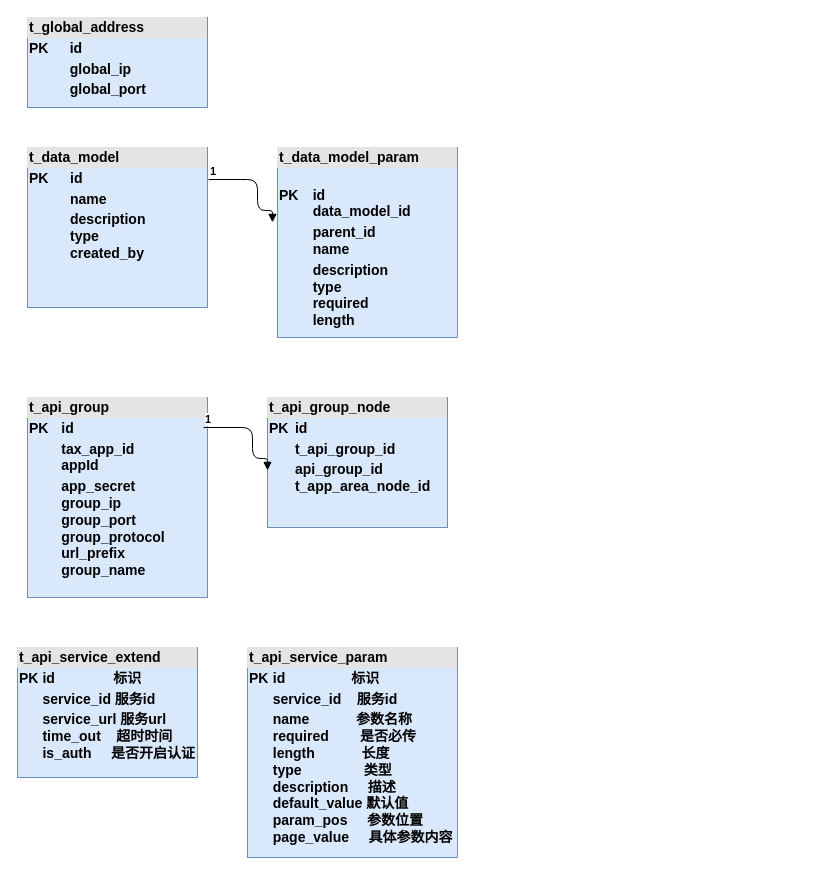
Before: page "表结构新增" (13 of 13) of 国税总局迭代三设计.drawio in helemile/notes, a draw.io diagram. Source tidied: cells renumbered, new cells numbered last; positions are measured from the earlier drawing's top-left corner, leaving out a move shared by most shapes. Both pictures are drawn from the tidied source at 100%, with x=0, y=0 at pixel (17, 17).
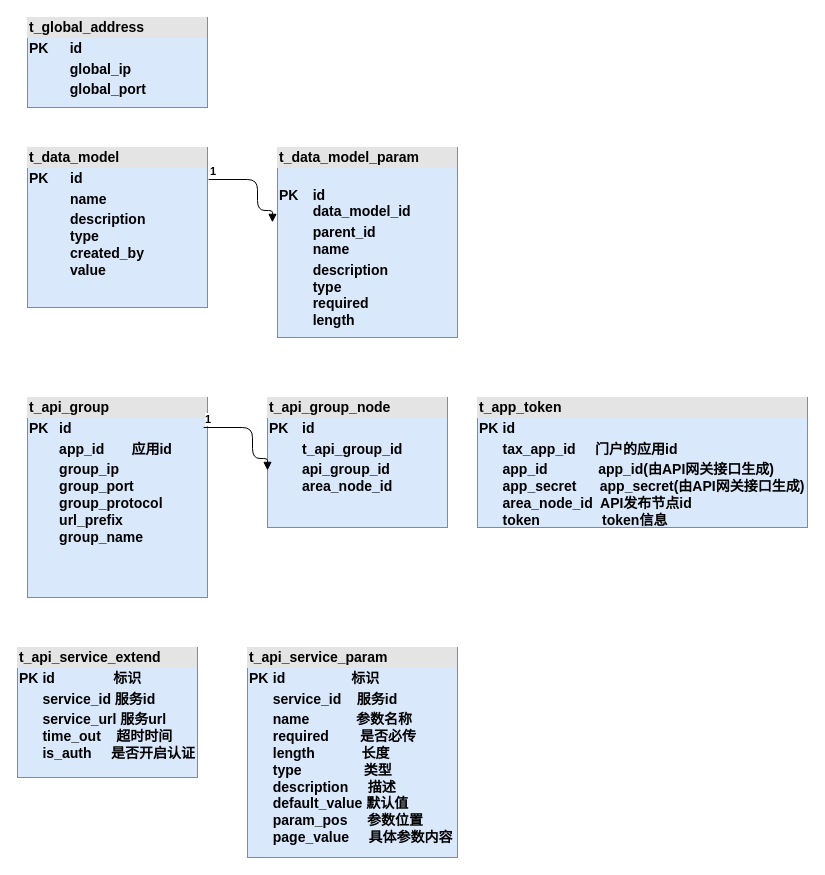
Above is the later version.

Diff of the diagram source:
```diff
@@
 <mxGraphModel>
   <root>
     <mxCell id="0" />
     <mxCell id="1" parent="0" />
-    <mxCell id="2" value="&lt;div style=&quot;box-sizing: border-box ; width: 100% ; background: #e4e4e4 ; padding: 2px&quot;&gt;t_data_model&lt;/div&gt;&lt;table style=&quot;width: 100% ; font-size: 1em&quot; cellpadding=&quot;2&quot; cellspacing=&quot;0&quot;&gt;&lt;tbody&gt;&lt;tr&gt;&lt;td&gt;PK&lt;/td&gt;&lt;td&gt;id&lt;/td&gt;&lt;/tr&gt;&lt;tr&gt;&lt;td&gt;&lt;br&gt;&lt;/td&gt;&lt;td&gt;&lt;span&gt;name&lt;/span&gt;&lt;br&gt;&lt;/td&gt;&lt;/tr&gt;&lt;tr&gt;&lt;td&gt;&lt;/td&gt;&lt;td&gt;&lt;span&gt;description&lt;br&gt;&lt;/span&gt;type&lt;br&gt;created_by&lt;br&gt;&lt;/td&gt;&lt;/tr&gt;&lt;/tbody&gt;&lt;/table&gt;" style="verticalAlign=top;align=left;overflow=fill;html=1;fontSize=14;fillColor=#dae8fc;strokeColor=#6c8ebf;fontStyle=1;" parent="1" vertex="1">
+    <mxCell id="2" value="&lt;div style=&quot;box-sizing: border-box ; width: 100% ; background: #e4e4e4 ; padding: 2px&quot;&gt;t_data_model&lt;/div&gt;&lt;table style=&quot;width: 100% ; font-size: 1em&quot; cellpadding=&quot;2&quot; cellspacing=&quot;0&quot;&gt;&lt;tbody&gt;&lt;tr&gt;&lt;td&gt;PK&lt;/td&gt;&lt;td&gt;id&lt;/td&gt;&lt;/tr&gt;&lt;tr&gt;&lt;td&gt;&lt;br&gt;&lt;/td&gt;&lt;td&gt;&lt;span&gt;name&lt;/span&gt;&lt;br&gt;&lt;/td&gt;&lt;/tr&gt;&lt;tr&gt;&lt;td&gt;&lt;/td&gt;&lt;td&gt;&lt;span&gt;description&lt;br&gt;&lt;/span&gt;type&lt;br&gt;created_by&lt;br&gt;value&lt;/td&gt;&lt;/tr&gt;&lt;/tbody&gt;&lt;/table&gt;" style="verticalAlign=top;align=left;overflow=fill;html=1;fontSize=14;fillColor=#dae8fc;strokeColor=#6c8ebf;fontStyle=1;" parent="1" vertex="1">
       <mxGeometry x="10" y="130" width="180" height="160" as="geometry" />
     </mxCell>
     <mxCell id="3" value="&lt;div style=&quot;box-sizing: border-box ; width: 100% ; background: #e4e4e4 ; padding: 2px&quot;&gt;t_global_address&lt;/div&gt;&lt;table style=&quot;width: 100% ; font-size: 1em&quot; cellpadding=&quot;2&quot; cellspacing=&quot;0&quot;&gt;&lt;tbody&gt;&lt;tr&gt;&lt;td&gt;PK&lt;/td&gt;&lt;td&gt;id&lt;/td&gt;&lt;/tr&gt;&lt;tr&gt;&lt;td&gt;&lt;br&gt;&lt;/td&gt;&lt;td&gt;global_ip&lt;/td&gt;&lt;/tr&gt;&lt;tr&gt;&lt;td&gt;&lt;/td&gt;&lt;td&gt;global_port&lt;br&gt;&lt;/td&gt;&lt;/tr&gt;&lt;/tbody&gt;&lt;/table&gt;" style="verticalAlign=top;align=left;overflow=fill;html=1;fontSize=14;fillColor=#dae8fc;strokeColor=#6c8ebf;fontStyle=1;" parent="1" vertex="1">
       <mxGeometry x="10" width="180" height="90" as="geometry" />
     </mxCell>
-    <mxCell id="4" value="&lt;div style=&quot;box-sizing: border-box ; width: 100% ; background: #e4e4e4 ; padding: 2px&quot;&gt;t_api_group&lt;/div&gt;&lt;table style=&quot;width: 100% ; font-size: 1em&quot; cellpadding=&quot;2&quot; cellspacing=&quot;0&quot;&gt;&lt;tbody&gt;&lt;tr&gt;&lt;td&gt;PK&lt;/td&gt;&lt;td&gt;id&lt;/td&gt;&lt;/tr&gt;&lt;tr&gt;&lt;td&gt;&lt;br&gt;&lt;/td&gt;&lt;td&gt;&lt;span&gt;tax_app_id&lt;br&gt;appId&lt;/span&gt;&lt;br&gt;&lt;/td&gt;&lt;/tr&gt;&lt;tr&gt;&lt;td&gt;&lt;/td&gt;&lt;td&gt;&lt;span&gt;app_secret&lt;br&gt;&lt;/span&gt;group_ip&lt;br&gt;group_port&lt;br&gt;group_protocol&lt;br&gt;url_prefix&lt;br&gt;group_name&lt;br&gt;&lt;br&gt;&lt;/td&gt;&lt;/tr&gt;&lt;/tbody&gt;&lt;/table&gt;" style="verticalAlign=top;align=left;overflow=fill;html=1;fontSize=14;fillColor=#dae8fc;strokeColor=#6c8ebf;fontStyle=1;" parent="1" vertex="1">
+    <mxCell id="4" value="&lt;div style=&quot;box-sizing: border-box ; width: 100% ; background: #e4e4e4 ; padding: 2px&quot;&gt;t_api_group&lt;/div&gt;&lt;table style=&quot;width: 100% ; font-size: 1em&quot; cellpadding=&quot;2&quot; cellspacing=&quot;0&quot;&gt;&lt;tbody&gt;&lt;tr&gt;&lt;td&gt;PK&lt;/td&gt;&lt;td&gt;id&lt;/td&gt;&lt;/tr&gt;&lt;tr&gt;&lt;td&gt;&lt;br&gt;&lt;/td&gt;&lt;td&gt;&lt;span&gt;app_id&amp;nbsp; &amp;nbsp; &amp;nbsp; &amp;nbsp;应用id&lt;br&gt;&lt;/span&gt;&lt;/td&gt;&lt;/tr&gt;&lt;tr&gt;&lt;td&gt;&lt;/td&gt;&lt;td&gt;group_ip&lt;br&gt;group_port&lt;br&gt;group_protocol&lt;br&gt;url_prefix&lt;br&gt;group_name&lt;br&gt;&lt;br&gt;&lt;/td&gt;&lt;/tr&gt;&lt;/tbody&gt;&lt;/table&gt;" style="verticalAlign=top;align=left;overflow=fill;html=1;fontSize=14;fillColor=#dae8fc;strokeColor=#6c8ebf;fontStyle=1;" parent="1" vertex="1">
       <mxGeometry x="10" y="380" width="180" height="200" as="geometry" />
     </mxCell>
     <mxCell id="5" value="&lt;div style=&quot;box-sizing: border-box ; width: 100% ; background: #e4e4e4 ; padding: 2px&quot;&gt;t_api_service_extend&lt;/div&gt;&lt;table style=&quot;width: 100% ; font-size: 1em&quot; cellpadding=&quot;2&quot; cellspacing=&quot;0&quot;&gt;&lt;tbody&gt;&lt;tr&gt;&lt;td&gt;PK&lt;/td&gt;&lt;td&gt;id&amp;nbsp; &amp;nbsp; &amp;nbsp; &amp;nbsp; &amp;nbsp; &amp;nbsp; &amp;nbsp; &amp;nbsp;标识&lt;/td&gt;&lt;/tr&gt;&lt;tr&gt;&lt;td&gt;&lt;br&gt;&lt;/td&gt;&lt;td&gt;&lt;span&gt;service_id 服务id&lt;/span&gt;&lt;br&gt;&lt;/td&gt;&lt;/tr&gt;&lt;tr&gt;&lt;td&gt;&lt;/td&gt;&lt;td&gt;&lt;span&gt;service_url 服务url&lt;br&gt;&lt;/span&gt;time_out&amp;nbsp; &amp;nbsp; 超时时间&lt;br&gt;is_auth&amp;nbsp; &amp;nbsp; &amp;nbsp;是否开启认证&lt;br&gt;&lt;br&gt;&lt;/td&gt;&lt;/tr&gt;&lt;/tbody&gt;&lt;/table&gt;" style="verticalAlign=top;align=left;overflow=fill;html=1;fontSize=14;fillColor=#dae8fc;strokeColor=#6c8ebf;fontStyle=1;" parent="1" vertex="1">
       <mxGeometry y="630" width="180" height="130" as="geometry" />
     </mxCell>
     <mxCell id="6" value="&lt;div style=&quot;box-sizing: border-box ; width: 100% ; background: #e4e4e4 ; padding: 2px&quot;&gt;t_api_service_param&lt;/div&gt;&lt;table style=&quot;width: 100% ; font-size: 1em&quot; cellpadding=&quot;2&quot; cellspacing=&quot;0&quot;&gt;&lt;tbody&gt;&lt;tr&gt;&lt;td&gt;PK&lt;/td&gt;&lt;td&gt;id&amp;nbsp; &amp;nbsp; &amp;nbsp; &amp;nbsp; &amp;nbsp; &amp;nbsp; &amp;nbsp; &amp;nbsp; &amp;nbsp;标识&lt;/td&gt;&lt;/tr&gt;&lt;tr&gt;&lt;td&gt;&lt;br&gt;&lt;/td&gt;&lt;td&gt;&lt;span&gt;service_id&amp;nbsp; &amp;nbsp; 服务id&lt;/span&gt;&lt;br&gt;&lt;/td&gt;&lt;/tr&gt;&lt;tr&gt;&lt;td&gt;&lt;/td&gt;&lt;td&gt;&lt;span&gt;name&amp;nbsp; &amp;nbsp; &amp;nbsp; &amp;nbsp; &amp;nbsp; &amp;nbsp; 参数名称&lt;br&gt;&lt;/span&gt;required&amp;nbsp; &amp;nbsp; &amp;nbsp; &amp;nbsp; 是否必传&lt;br&gt;length&amp;nbsp; &amp;nbsp; &amp;nbsp; &amp;nbsp; &amp;nbsp; &amp;nbsp; 长度&lt;br&gt;type&amp;nbsp; &amp;nbsp; &amp;nbsp; &amp;nbsp; &amp;nbsp; &amp;nbsp; &amp;nbsp; &amp;nbsp; 类型&lt;br&gt;description&amp;nbsp; &amp;nbsp; &amp;nbsp;描述&lt;br&gt;default_value 默认值&lt;br&gt;param_pos&amp;nbsp; &amp;nbsp; &amp;nbsp;参数位置&lt;br&gt;page_value&amp;nbsp; &amp;nbsp; &amp;nbsp;具体参数内容&lt;br&gt;&lt;br&gt;&lt;/td&gt;&lt;/tr&gt;&lt;/tbody&gt;&lt;/table&gt;" style="verticalAlign=top;align=left;overflow=fill;html=1;fontSize=14;fillColor=#dae8fc;strokeColor=#6c8ebf;fontStyle=1;" parent="1" vertex="1">
       <mxGeometry x="230" y="630" width="210" height="210" as="geometry" />
     </mxCell>
     <mxCell id="7" value="&lt;div style=&quot;box-sizing: border-box ; width: 100% ; background: #e4e4e4 ; padding: 2px&quot;&gt;t_data_model_param&lt;/div&gt;&lt;table style=&quot;width: 100% ; font-size: 1em&quot; cellpadding=&quot;2&quot; cellspacing=&quot;0&quot;&gt;&lt;tbody&gt;&lt;tr&gt;&lt;td&gt;PK&lt;/td&gt;&lt;td&gt;&lt;br&gt;id&lt;br&gt;data_model_id&lt;/td&gt;&lt;/tr&gt;&lt;tr&gt;&lt;td&gt;&lt;br&gt;&lt;/td&gt;&lt;td&gt;&lt;span&gt;parent_id&lt;br&gt;name&lt;/span&gt;&lt;br&gt;&lt;/td&gt;&lt;/tr&gt;&lt;tr&gt;&lt;td&gt;&lt;/td&gt;&lt;td&gt;&lt;span&gt;description&lt;br&gt;&lt;/span&gt;type&lt;br&gt;required&lt;br&gt;length&lt;/td&gt;&lt;/tr&gt;&lt;/tbody&gt;&lt;/table&gt;" style="verticalAlign=top;align=left;overflow=fill;html=1;fontSize=14;fillColor=#dae8fc;strokeColor=#6c8ebf;fontStyle=1;" parent="1" vertex="1">
       <mxGeometry x="260" y="130" width="180" height="190" as="geometry" />
     </mxCell>
     <mxCell id="8" style="endArrow=block;endFill=1;html=1;edgeStyle=orthogonalEdgeStyle;align=left;verticalAlign=top;fontSize=14;exitX=1.006;exitY=0.2;exitDx=0;exitDy=0;exitPerimeter=0;entryX=-0.028;entryY=0.394;entryDx=0;entryDy=0;entryPerimeter=0;fontStyle=1;" parent="1" edge="1" source="2" target="7">
       <mxGeometry x="-1" relative="1" as="geometry">
         <Array as="points">
           <mxPoint x="240" y="162" />
           <mxPoint x="240" y="193" />
         </Array>
       </mxGeometry>
     </mxCell>
     <mxCell id="9" value="1" style="edgeLabel;html=1;align=left;verticalAlign=bottom;fontStyle=1;" parent="8" vertex="1">
       <mxGeometry x="-1" relative="1" as="geometry" />
     </mxCell>
-    <mxCell id="10" value="&lt;div style=&quot;box-sizing: border-box ; width: 100% ; background: #e4e4e4 ; padding: 2px&quot;&gt;t_api_group_node&lt;/div&gt;&lt;table style=&quot;width: 100% ; font-size: 1em&quot; cellpadding=&quot;2&quot; cellspacing=&quot;0&quot;&gt;&lt;tbody&gt;&lt;tr&gt;&lt;td&gt;PK&lt;/td&gt;&lt;td&gt;id&lt;/td&gt;&lt;/tr&gt;&lt;tr&gt;&lt;td&gt;&lt;br&gt;&lt;/td&gt;&lt;td&gt;&lt;span&gt;t_api_group_id&lt;/span&gt;&lt;br&gt;&lt;/td&gt;&lt;/tr&gt;&lt;tr&gt;&lt;td&gt;&lt;/td&gt;&lt;td&gt;api_group_id&lt;br&gt;t_app_area_node_id&lt;/td&gt;&lt;/tr&gt;&lt;/tbody&gt;&lt;/table&gt;" style="verticalAlign=top;align=left;overflow=fill;html=1;fontSize=14;fillColor=#dae8fc;strokeColor=#6c8ebf;fontStyle=1;" parent="1" vertex="1">
+    <mxCell id="10" value="&lt;div style=&quot;box-sizing: border-box ; width: 100% ; background: #e4e4e4 ; padding: 2px&quot;&gt;t_api_group_node&lt;/div&gt;&lt;table style=&quot;width: 100% ; font-size: 1em&quot; cellpadding=&quot;2&quot; cellspacing=&quot;0&quot;&gt;&lt;tbody&gt;&lt;tr&gt;&lt;td&gt;PK&lt;/td&gt;&lt;td&gt;id&lt;/td&gt;&lt;/tr&gt;&lt;tr&gt;&lt;td&gt;&lt;br&gt;&lt;/td&gt;&lt;td&gt;&lt;span&gt;t_api_group_id&lt;/span&gt;&lt;br&gt;&lt;/td&gt;&lt;/tr&gt;&lt;tr&gt;&lt;td&gt;&lt;/td&gt;&lt;td&gt;api_group_id&lt;br&gt;area_node_id&lt;/td&gt;&lt;/tr&gt;&lt;/tbody&gt;&lt;/table&gt;" style="verticalAlign=top;align=left;overflow=fill;html=1;fontSize=14;fillColor=#dae8fc;strokeColor=#6c8ebf;fontStyle=1;" parent="1" vertex="1">
       <mxGeometry x="250" y="380" width="180" height="130" as="geometry" />
     </mxCell>
     <mxCell id="11" style="endArrow=block;endFill=1;html=1;edgeStyle=orthogonalEdgeStyle;align=left;verticalAlign=top;fontSize=14;exitX=1.006;exitY=0.2;exitDx=0;exitDy=0;exitPerimeter=0;entryX=-0.028;entryY=0.394;entryDx=0;entryDy=0;entryPerimeter=0;fontStyle=1;" parent="1" edge="1">
       <mxGeometry x="-1" relative="1" as="geometry">
         <mxPoint x="186.1" y="410" as="sourcePoint" />
         <mxPoint x="250" y="452.9" as="targetPoint" />
         <Array as="points">
           <mxPoint x="235" y="410" />
           <mxPoint x="235" y="441" />
           <mxPoint x="250" y="441" />
         </Array>
       </mxGeometry>
     </mxCell>
     <mxCell id="12" value="1" style="edgeLabel;html=1;align=left;verticalAlign=bottom;fontStyle=1;" parent="11" vertex="1">
       <mxGeometry x="-1" relative="1" as="geometry" />
     </mxCell>
+    <mxCell id="13" value="&lt;div style=&quot;box-sizing: border-box ; width: 100% ; background: #e4e4e4 ; padding: 2px&quot;&gt;t_app_token&lt;/div&gt;&lt;table style=&quot;width: 100% ; font-size: 1em&quot; cellpadding=&quot;2&quot; cellspacing=&quot;0&quot;&gt;&lt;tbody&gt;&lt;tr&gt;&lt;td&gt;PK&lt;/td&gt;&lt;td&gt;id&lt;/td&gt;&lt;/tr&gt;&lt;tr&gt;&lt;td&gt;&lt;br&gt;&lt;/td&gt;&lt;td&gt;&lt;span&gt;tax_app_id&amp;nbsp; &amp;nbsp; &amp;nbsp;门户的应用id&lt;/span&gt;&lt;br&gt;&lt;/td&gt;&lt;/tr&gt;&lt;tr&gt;&lt;td&gt;&lt;/td&gt;&lt;td&gt;app_id&amp;nbsp; &amp;nbsp; &amp;nbsp; &amp;nbsp; &amp;nbsp; &amp;nbsp; &amp;nbsp;app_id(由API网关接口生成)&lt;br&gt;app_secret&amp;nbsp; &amp;nbsp; &amp;nbsp;&amp;nbsp;app_secret(由API网关接口生成)&lt;br&gt;area_node_id&amp;nbsp; API发布节点id&lt;br&gt;token&amp;nbsp; &amp;nbsp; &amp;nbsp; &amp;nbsp; &amp;nbsp; &amp;nbsp; &amp;nbsp; &amp;nbsp; token信息&lt;/td&gt;&lt;/tr&gt;&lt;/tbody&gt;&lt;/table&gt;" style="verticalAlign=top;align=left;overflow=fill;html=1;fontSize=14;fillColor=#dae8fc;strokeColor=#6c8ebf;fontStyle=1;" parent="1" vertex="1">
+      <mxGeometry x="460" y="380" width="330" height="130" as="geometry" />
+    </mxCell>
   </root>
 </mxGraphModel>
```
